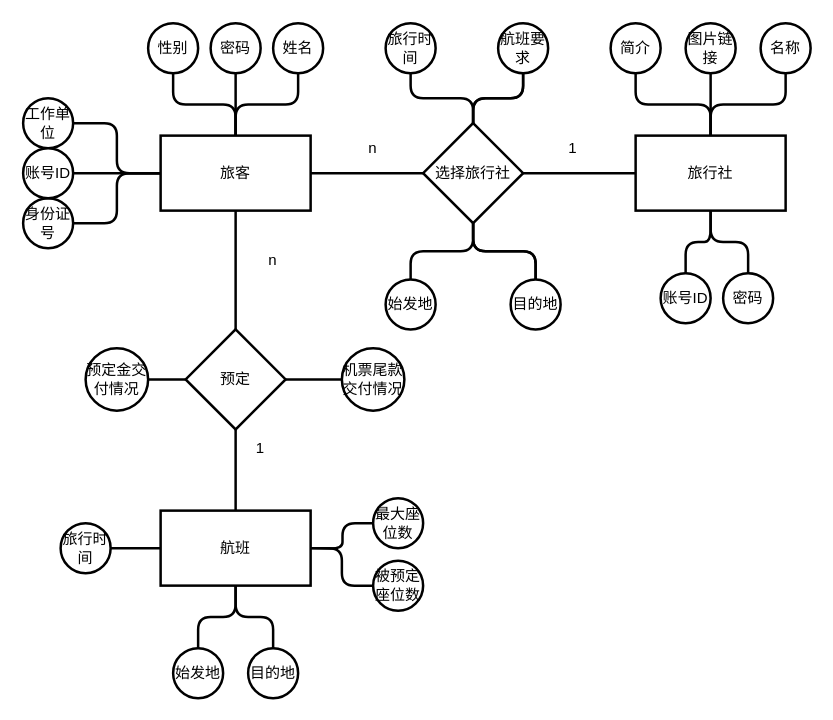
Earlier version of the draw.io diagram ER图.drawio (fy-1223/FlightTicketSystem). Source tidied: cells renumbered, new cells numbered last; positions are measured from the earlier drawing's top-left corner, leaving out a move shared by most shapes. Both pictures are drawn from the tidied source at 125%, with x=0, y=0 at pixel (22, 22).
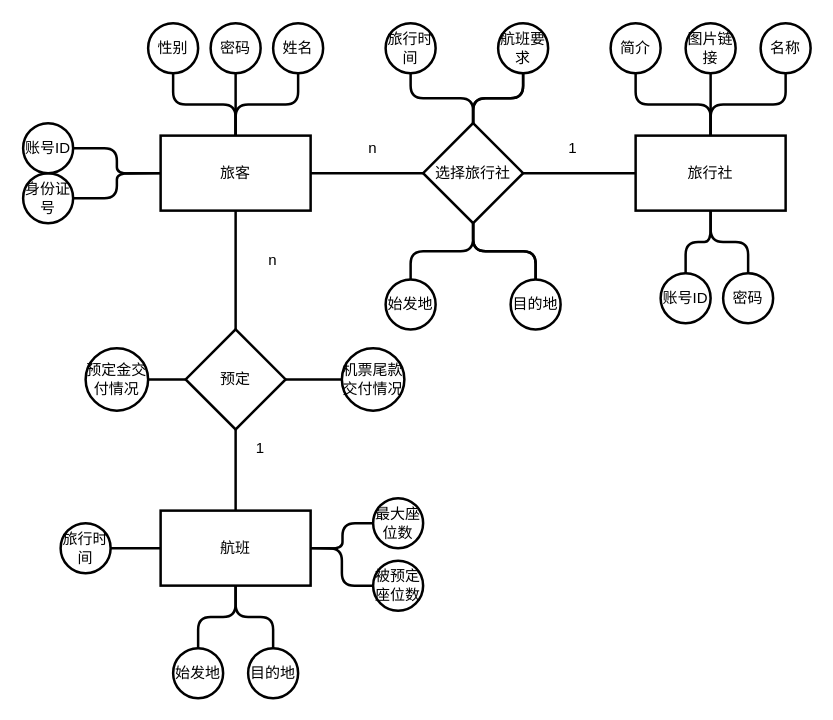
The same diagram, later.

Unchanged cells that the change refers to:
```xml
<mxCell id="4" value="旅客" style="rounded=0;whiteSpace=wrap;html=1;strokeWidth=2;" parent="1" vertex="1">
  <mxGeometry x="110" y="90" width="120" height="60" as="geometry" />
</mxCell>
```

Diff of the diagram source:
```diff
@@
-    <mxCell id="12" style="edgeStyle=orthogonalEdgeStyle;rounded=1;jettySize=auto;html=1;entryX=0;entryY=0.5;entryDx=0;entryDy=0;endArrow=none;endFill=0;strokeWidth=2;" parent="1" edge="1" source="13" target="4">
-      <mxGeometry relative="1" as="geometry" />
-    </mxCell>
-    <mxCell id="13" value="工作单位" style="ellipse;whiteSpace=wrap;html=1;strokeWidth=2;" parent="1" vertex="1">
-      <mxGeometry y="60" width="40" height="40" as="geometry" />
-    </mxCell>
@@
     <mxCell id="15" value="身份证号" style="ellipse;whiteSpace=wrap;html=1;strokeWidth=2;" parent="1" vertex="1">
-      <mxGeometry y="140" width="40" height="40" as="geometry" />
+      <mxGeometry y="120" width="40" height="40" as="geometry" />
     </mxCell>
@@
     <mxCell id="45" value="账号ID" style="ellipse;whiteSpace=wrap;html=1;strokeWidth=2;" parent="1" vertex="1">
-      <mxGeometry y="100" width="40" height="40" as="geometry" />
+      <mxGeometry y="80" width="40" height="40" as="geometry" />
     </mxCell>
```
